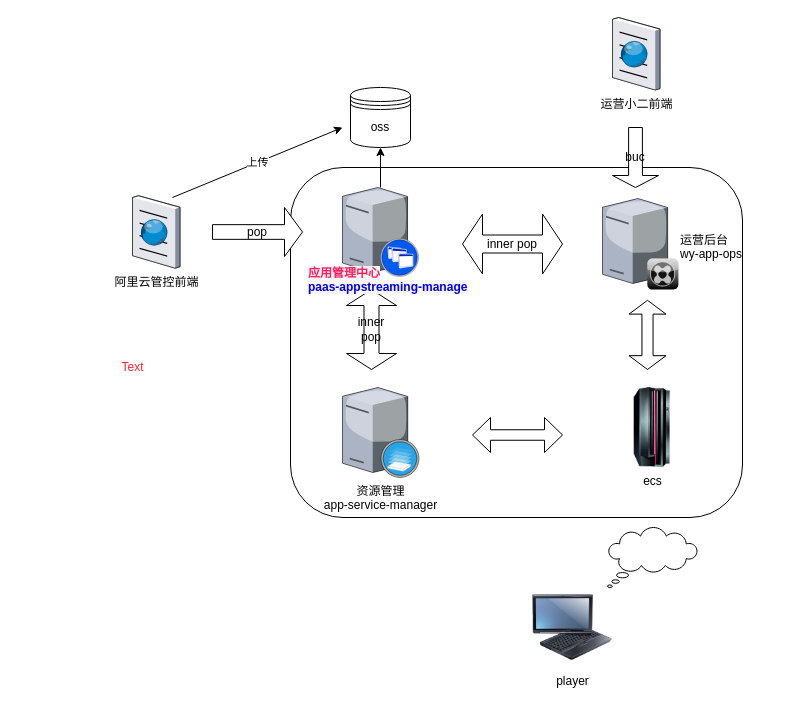
The draw.io diagram modules.drawio in chenkangzeng/appstreaming, before the edit. Source tidied: cells renumbered, new cells numbered last; positions are measured from the earlier drawing's top-left corner, leaving out a move shared by most shapes. Both pictures are drawn from the tidied source at 100%, with x=0, y=0 at pixel (112, 17).
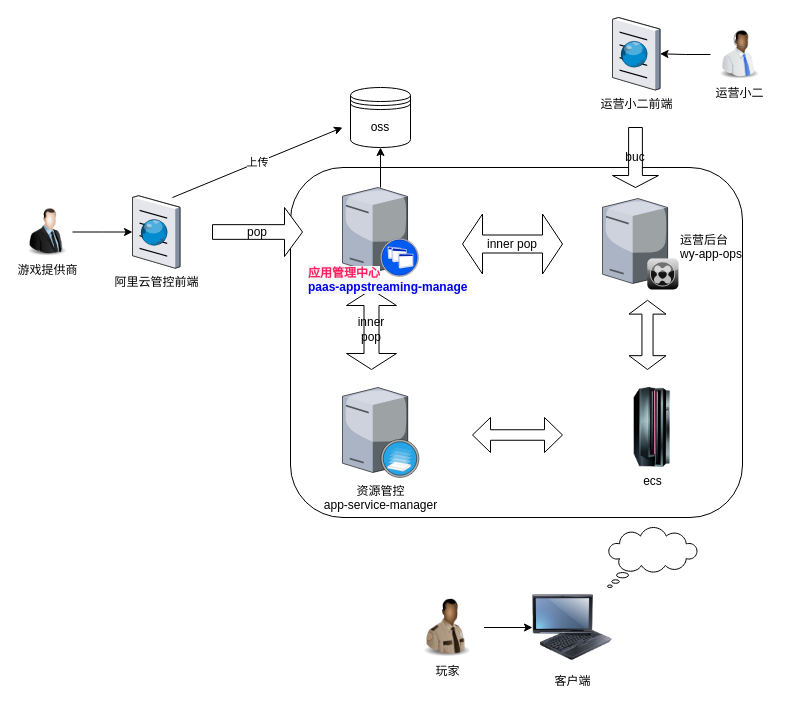
After the change.

The change refers to these unchanged cells:
```xml
<mxCell id="10" value="阿里云管控前端" style="verticalLabelPosition=bottom;html=1;verticalAlign=top;strokeColor=none;align=center;outlineConnect=0;shape=mxgraph.citrix.browser;" parent="1" vertex="1">
  <mxGeometry x="20" y="178.2" width="47.5" height="72.5" as="geometry" />
</mxCell>
<mxCell id="11" value="运营小二前端" style="verticalLabelPosition=bottom;html=1;verticalAlign=top;strokeColor=none;align=center;outlineConnect=0;shape=mxgraph.citrix.browser;" parent="1" vertex="1">
  <mxGeometry x="500" width="47.5" height="72.5" as="geometry" />
</mxCell>
```

What changed in the source:
```diff
@@
-    <mxCell id="6" value="资源管理&lt;br&gt;app-service-manager" style="verticalLabelPosition=bottom;html=1;verticalAlign=top;strokeColor=none;align=center;shape=mxgraph.citrix.xenserver;" parent="1" vertex="1">
+    <mxCell id="6" value="资源管控&lt;br&gt;app-service-manager" style="verticalLabelPosition=bottom;html=1;verticalAlign=top;strokeColor=none;align=center;shape=mxgraph.citrix.xenserver;" parent="1" vertex="1">
       <mxGeometry x="230" y="370" width="76.5" height="90" as="geometry" />
     </mxCell>
@@
-    <mxCell id="17" value="player" style="image;html=1;image=img/lib/clip_art/computers/Fujitsu_Tablet_128x128.png;" parent="1" vertex="1">
+    <mxCell id="17" value="客户端" style="image;html=1;image=img/lib/clip_art/computers/Fujitsu_Tablet_128x128.png;" parent="1" vertex="1">
       <mxGeometry x="420" y="570" width="80" height="80" as="geometry" />
     </mxCell>
@@
-    <mxCell id="22" value="Text" style="text;html=1;align=center;verticalAlign=middle;strokeColor=none;fontColor=#FF2130;" parent="1" vertex="1">
-      <mxGeometry y="340" width="40" height="20" as="geometry" />
-    </mxCell>
+    <mxCell id="23" style="edgeStyle=orthogonalEdgeStyle;rounded=0;jettySize=auto;html=1;fontColor=#FF2130;" parent="1" edge="1" source="24" target="10">
+      <mxGeometry relative="1" as="geometry" />
+    </mxCell>
+    <mxCell id="24" value="&lt;font color=&quot;#080808&quot;&gt;游戏提供商&lt;/font&gt;" style="image;html=1;image=img/lib/clip_art/people/Suit_Man_128x128.png;fontColor=#FF2130;" parent="1" vertex="1">
+      <mxGeometry x="-90" y="190" width="50" height="49" as="geometry" />
+    </mxCell>
+    <mxCell id="25" style="edgeStyle=orthogonalEdgeStyle;rounded=0;jettySize=auto;html=1;fontColor=#FF2130;" parent="1" edge="1" source="26" target="11">
+      <mxGeometry relative="1" as="geometry" />
+    </mxCell>
+    <mxCell id="26" value="&lt;font color=&quot;#000000&quot;&gt;运营小二&lt;/font&gt;" style="image;html=1;image=img/lib/clip_art/people/Telesales_Man_Black_128x128.png;fontColor=#FF2130;" parent="1" vertex="1">
+      <mxGeometry x="598" y="12" width="58" height="50" as="geometry" />
+    </mxCell>
+    <mxCell id="27" style="edgeStyle=orthogonalEdgeStyle;rounded=0;jettySize=auto;html=1;fontColor=#FF2130;" parent="1" edge="1" source="28" target="17">
+      <mxGeometry relative="1" as="geometry" />
+    </mxCell>
+    <mxCell id="28" value="&lt;font color=&quot;#050505&quot;&gt;玩家&lt;/font&gt;" style="image;html=1;image=img/lib/clip_art/people/Security_Man_Black_128x128.png;fontColor=#FF2130;" parent="1" vertex="1">
+      <mxGeometry x="298" y="580" width="73.5" height="60" as="geometry" />
+    </mxCell>
```
